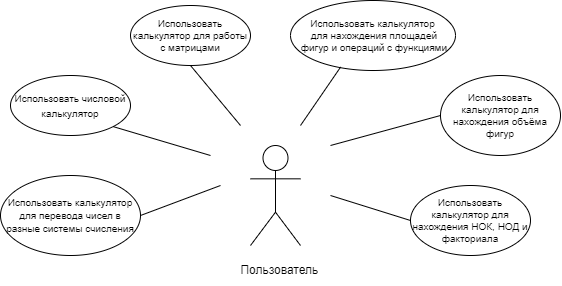
Earlier version of the draw.io export Use-case diagrams/main.png (ax2067/Colored-crabs). Source tidied: cells renumbered, new cells last; positions are measured from the earlier drawing's top-left corner, leaving out a move shared by most shapes. Source of this version:
```xml
<mxGraphModel>
  <root>
    <mxCell id="0" />
    <mxCell id="1" parent="0" />
    <mxCell id="2" value="&lt;font size=&quot;1&quot;&gt;Использовать числовой калькулятор&lt;/font&gt;" style="ellipse;whiteSpace=wrap;html=1;" parent="1" vertex="1">
      <mxGeometry x="10" y="75" width="120" height="60" as="geometry" />
    </mxCell>
    <mxCell id="3" value="Actor" style="shape=umlActor;verticalLabelPosition=bottom;verticalAlign=top;html=1;fontColor=#FFFFFF;" parent="1" vertex="1">
      <mxGeometry x="250" y="145" width="50" height="100" as="geometry" />
    </mxCell>
    <mxCell id="4" value="П&lt;font color=&quot;#000000&quot;&gt;Пользователь&lt;/font&gt;" style="text;html=1;strokeColor=none;fillColor=none;align=center;verticalAlign=middle;whiteSpace=wrap;rounded=0;fontColor=#FFFFFF;" parent="1" vertex="1">
      <mxGeometry x="245" y="255" width="60" height="30" as="geometry" />
    </mxCell>
    <mxCell id="5" style="endArrow=none;html=1;rounded=0;fontSize=11;fontColor=#000000;exitX=1;exitY=1;exitDx=0;exitDy=0;" parent="1" edge="1" source="2">
      <mxGeometry relative="1" as="geometry">
        <mxPoint x="210" y="155" as="targetPoint" />
      </mxGeometry>
    </mxCell>
    <mxCell id="6" value="&lt;font style=&quot;font-size: 10px&quot;&gt;Использовать калькулятор для перевода чисел в разные системы счисления&lt;/font&gt;" style="ellipse;whiteSpace=wrap;html=1;fontSize=11;fontColor=#000000;" parent="1" vertex="1">
      <mxGeometry y="175" width="140" height="80" as="geometry" />
    </mxCell>
    <mxCell id="7" style="endArrow=none;html=1;rounded=0;fontSize=10;fontColor=#000000;exitX=1;exitY=0.5;exitDx=0;exitDy=0;" parent="1" edge="1" source="6">
      <mxGeometry relative="1" as="geometry">
        <mxPoint x="220" y="185" as="targetPoint" />
      </mxGeometry>
    </mxCell>
    <mxCell id="8" value="Использовать калькулятор для работы с матрицами" style="ellipse;whiteSpace=wrap;html=1;fontSize=10;fontColor=#000000;" parent="1" vertex="1">
      <mxGeometry x="130" y="5" width="120" height="60" as="geometry" />
    </mxCell>
    <mxCell id="9" style="endArrow=none;html=1;rounded=0;fontSize=10;fontColor=#000000;exitX=0.5;exitY=1;exitDx=0;exitDy=0;" parent="1" edge="1" source="8">
      <mxGeometry relative="1" as="geometry">
        <mxPoint x="240" y="125" as="targetPoint" />
      </mxGeometry>
    </mxCell>
    <mxCell id="10" value="Использовать калькулятор&lt;br&gt;&amp;nbsp;для нахождения площадей&lt;br&gt;&amp;nbsp;фигур и операций с функциями" style="ellipse;whiteSpace=wrap;html=1;fontSize=10;fontColor=#000000;" parent="1" vertex="1">
      <mxGeometry x="290" width="165" height="70" as="geometry" />
    </mxCell>
    <mxCell id="11" style="endArrow=none;html=1;rounded=0;fontSize=10;fontColor=#000000;entryX=0.304;entryY=0.95;entryDx=0;entryDy=0;entryPerimeter=0;" parent="1" edge="1" target="10">
      <mxGeometry relative="1" as="geometry">
        <mxPoint x="300" y="125" as="sourcePoint" />
      </mxGeometry>
    </mxCell>
    <mxCell id="12" value="Использовать калькулятор для нахождения объёма фигур" style="ellipse;whiteSpace=wrap;html=1;fontSize=10;fontColor=#000000;" parent="1" vertex="1">
      <mxGeometry x="440" y="75" width="120" height="80" as="geometry" />
    </mxCell>
    <mxCell id="13" style="endArrow=none;html=1;rounded=0;fontSize=10;fontColor=#000000;entryX=0;entryY=0.5;entryDx=0;entryDy=0;" parent="1" edge="1" target="12">
      <mxGeometry relative="1" as="geometry">
        <mxPoint x="330" y="145" as="sourcePoint" />
      </mxGeometry>
    </mxCell>
    <mxCell id="14" value="Использовать калькулятор для нахождения НОК, НОД и факториала" style="ellipse;whiteSpace=wrap;html=1;fontSize=10;fontColor=#000000;" parent="1" vertex="1">
      <mxGeometry x="410" y="185" width="120" height="70" as="geometry" />
    </mxCell>
    <mxCell id="15" style="endArrow=none;html=1;rounded=0;fontSize=10;fontColor=#000000;entryX=0;entryY=0.5;entryDx=0;entryDy=0;" parent="1" edge="1" target="14">
      <mxGeometry relative="1" as="geometry">
        <mxPoint x="330" y="195" as="sourcePoint" />
      </mxGeometry>
    </mxCell>
  </root>
</mxGraphModel>
```
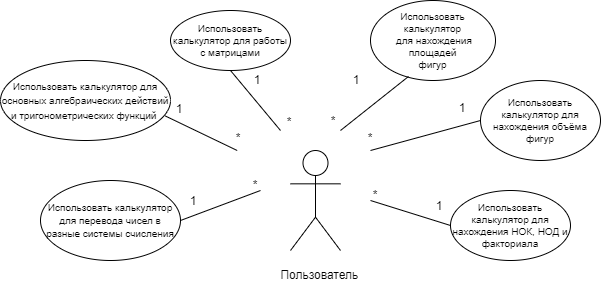
Above is the later version.

The edit, as a diff of the source:
```diff
@@ -2,8 +2,8 @@
   <root>
     <mxCell id="0" />
     <mxCell id="1" parent="0" />
-    <mxCell id="2" value="&lt;font size=&quot;1&quot;&gt;Использовать числовой калькулятор&lt;/font&gt;" style="ellipse;whiteSpace=wrap;html=1;" parent="1" vertex="1">
-      <mxGeometry x="10" y="75" width="120" height="60" as="geometry" />
+    <mxCell id="2" value="&lt;font size=&quot;1&quot;&gt;Использовать калькулятор для основных алгебраических действий и тригонометрических функций&amp;nbsp;&lt;/font&gt;" style="ellipse;whiteSpace=wrap;html=1;" parent="1" vertex="1">
+      <mxGeometry x="-40" y="55" width="170" height="80" as="geometry" />
     </mxCell>
     <mxCell id="3" value="Actor" style="shape=umlActor;verticalLabelPosition=bottom;verticalAlign=top;html=1;fontColor=#FFFFFF;" parent="1" vertex="1">
       <mxGeometry x="250" y="145" width="50" height="100" as="geometry" />
@@ -11,9 +11,9 @@
     <mxCell id="4" value="П&lt;font color=&quot;#000000&quot;&gt;Пользователь&lt;/font&gt;" style="text;html=1;strokeColor=none;fillColor=none;align=center;verticalAlign=middle;whiteSpace=wrap;rounded=0;fontColor=#FFFFFF;" parent="1" vertex="1">
       <mxGeometry x="245" y="255" width="60" height="30" as="geometry" />
     </mxCell>
-    <mxCell id="5" style="endArrow=none;html=1;rounded=0;fontSize=11;fontColor=#000000;exitX=1;exitY=1;exitDx=0;exitDy=0;" parent="1" edge="1" source="2">
+    <mxCell id="5" style="endArrow=none;html=1;rounded=0;fontSize=11;fontColor=#000000;exitX=0.969;exitY=0.693;exitDx=0;exitDy=0;exitPerimeter=0;" parent="1" edge="1" source="2">
       <mxGeometry relative="1" as="geometry">
-        <mxPoint x="210" y="155" as="targetPoint" />
+        <mxPoint x="196.7" y="145" as="targetPoint" />
       </mxGeometry>
     </mxCell>
     <mxCell id="6" value="&lt;font style=&quot;font-size: 10px&quot;&gt;Использовать калькулятор для перевода чисел в разные системы счисления&lt;/font&gt;" style="ellipse;whiteSpace=wrap;html=1;fontSize=11;fontColor=#000000;" parent="1" vertex="1">
@@ -32,8 +32,8 @@
         <mxPoint x="240" y="125" as="targetPoint" />
       </mxGeometry>
     </mxCell>
-    <mxCell id="10" value="Использовать калькулятор&lt;br&gt;&amp;nbsp;для нахождения площадей&lt;br&gt;&amp;nbsp;фигур и операций с функциями" style="ellipse;whiteSpace=wrap;html=1;fontSize=10;fontColor=#000000;" parent="1" vertex="1">
-      <mxGeometry x="290" width="165" height="70" as="geometry" />
+    <mxCell id="10" value="Использовать калькулятор&lt;br&gt;&amp;nbsp;для нахождения площадей&lt;br&gt;&amp;nbsp;фигур&amp;nbsp;" style="ellipse;whiteSpace=wrap;html=1;fontSize=10;fontColor=#000000;" parent="1" vertex="1">
+      <mxGeometry x="330" y="-5" width="125" height="80" as="geometry" />
     </mxCell>
     <mxCell id="11" style="endArrow=none;html=1;rounded=0;fontSize=10;fontColor=#000000;entryX=0.304;entryY=0.95;entryDx=0;entryDy=0;entryPerimeter=0;" parent="1" edge="1" target="10">
       <mxGeometry relative="1" as="geometry">
@@ -56,5 +56,41 @@
         <mxPoint x="330" y="195" as="sourcePoint" />
       </mxGeometry>
     </mxCell>
+    <mxCell id="16" value="*" style="text;html=1;strokeColor=none;fillColor=none;align=center;verticalAlign=middle;whiteSpace=wrap;rounded=0;" parent="1" vertex="1">
+      <mxGeometry x="185" y="165" width="60" height="30" as="geometry" />
+    </mxCell>
+    <mxCell id="17" value="*" style="text;html=1;strokeColor=none;fillColor=none;align=center;verticalAlign=middle;whiteSpace=wrap;rounded=0;" parent="1" vertex="1">
+      <mxGeometry x="168" y="118" width="60" height="30" as="geometry" />
+    </mxCell>
+    <mxCell id="18" value="*" style="text;html=1;strokeColor=none;fillColor=none;align=center;verticalAlign=middle;whiteSpace=wrap;rounded=0;" parent="1" vertex="1">
+      <mxGeometry x="219" y="102" width="60" height="30" as="geometry" />
+    </mxCell>
+    <mxCell id="19" value="*" style="text;html=1;strokeColor=none;fillColor=none;align=center;verticalAlign=middle;whiteSpace=wrap;rounded=0;" parent="1" vertex="1">
+      <mxGeometry x="263" y="101" width="60" height="30" as="geometry" />
+    </mxCell>
+    <mxCell id="20" value="*" style="text;html=1;strokeColor=none;fillColor=none;align=center;verticalAlign=middle;whiteSpace=wrap;rounded=0;" parent="1" vertex="1">
+      <mxGeometry x="300" y="118" width="60" height="30" as="geometry" />
+    </mxCell>
+    <mxCell id="21" value="*" style="text;html=1;strokeColor=none;fillColor=none;align=center;verticalAlign=middle;whiteSpace=wrap;rounded=0;" parent="1" vertex="1">
+      <mxGeometry x="305" y="175" width="60" height="30" as="geometry" />
+    </mxCell>
+    <mxCell id="22" value="1" style="text;html=1;strokeColor=none;fillColor=none;align=center;verticalAlign=middle;whiteSpace=wrap;rounded=0;" parent="1" vertex="1">
+      <mxGeometry x="123" y="181" width="60" height="30" as="geometry" />
+    </mxCell>
+    <mxCell id="23" value="1" style="text;html=1;strokeColor=none;fillColor=none;align=center;verticalAlign=middle;whiteSpace=wrap;rounded=0;" parent="1" vertex="1">
+      <mxGeometry x="109" y="89" width="60" height="30" as="geometry" />
+    </mxCell>
+    <mxCell id="24" value="1" style="text;html=1;strokeColor=none;fillColor=none;align=center;verticalAlign=middle;whiteSpace=wrap;rounded=0;" parent="1" vertex="1">
+      <mxGeometry x="187" y="60" width="60" height="30" as="geometry" />
+    </mxCell>
+    <mxCell id="25" value="1" style="text;html=1;strokeColor=none;fillColor=none;align=center;verticalAlign=middle;whiteSpace=wrap;rounded=0;" parent="1" vertex="1">
+      <mxGeometry x="286" y="60" width="60" height="30" as="geometry" />
+    </mxCell>
+    <mxCell id="26" value="1" style="text;html=1;strokeColor=none;fillColor=none;align=center;verticalAlign=middle;whiteSpace=wrap;rounded=0;" parent="1" vertex="1">
+      <mxGeometry x="392" y="88" width="60" height="30" as="geometry" />
+    </mxCell>
+    <mxCell id="27" value="1" style="text;html=1;strokeColor=none;fillColor=none;align=center;verticalAlign=middle;whiteSpace=wrap;rounded=0;" parent="1" vertex="1">
+      <mxGeometry x="369" y="186" width="60" height="30" as="geometry" />
+    </mxCell>
   </root>
 </mxGraphModel>
```
